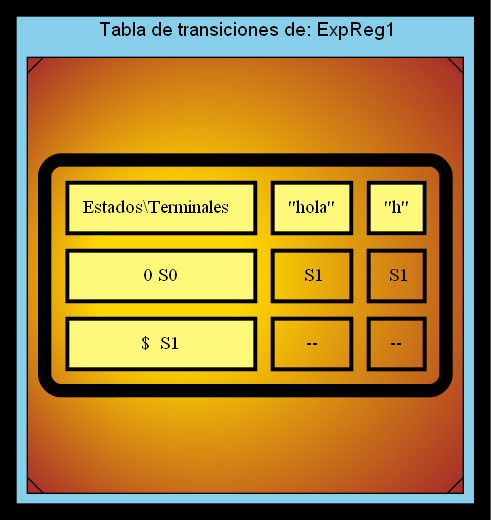
SergieArizandieta/OLC1-P1-202000119 keeps this Graphviz diagram as TRANSICIONES_202000119/TransicionesExpReg1.png. Above is the earlier version. Its source is kept beside it as TRANSICIONES_202000119/TransicionesExpReg1.dot.
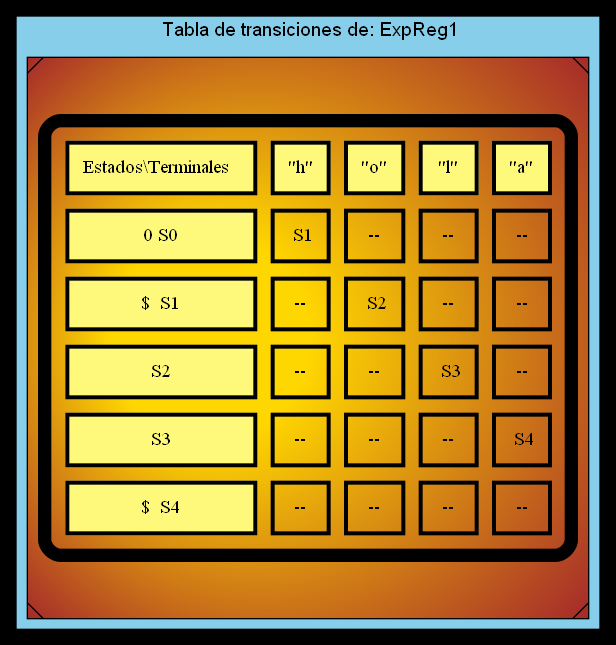
Later version of the same file.

What changed in the source:
```diff
@@ -8,16 +8,43 @@
   <TABLE border="10" cellspacing="10" cellpadding="10" style="rounded" gradientangle="315">
   <TR>
       <TD border="3" bgcolor="#FFF97B">Estados\Terminales  </TD>
-      <TD border="3" bgcolor="#FFF97B">"hola"</TD>
       <TD border="3" bgcolor="#FFF97B">"h"</TD>
+      <TD border="3" bgcolor="#FFF97B">"o"</TD>
+      <TD border="3" bgcolor="#FFF97B">"l"</TD>
+      <TD border="3" bgcolor="#FFF97B">"a"</TD>
   </TR>
   <TR>
       <TD border="3" bgcolor="#FFF97B">0 S0</TD>
       <TD border="3" > S1</TD>
-      <TD border="3" > S1</TD>
+      <TD border="3" > -- </TD>
+      <TD border="3" > -- </TD>
+      <TD border="3" > -- </TD>
   </TR>
   <TR>
       <TD border="3" bgcolor="#FFF97B">$  S1</TD>
+      <TD border="3" > -- </TD>
+      <TD border="3" > S2</TD>
+      <TD border="3" > -- </TD>
+      <TD border="3" > -- </TD>
+  </TR>
+  <TR>
+      <TD border="3" bgcolor="#FFF97B">S2</TD>
+      <TD border="3" > -- </TD>
+      <TD border="3" > -- </TD>
+      <TD border="3" > S3</TD>
+      <TD border="3" > -- </TD>
+  </TR>
+  <TR>
+      <TD border="3" bgcolor="#FFF97B">S3</TD>
+      <TD border="3" > -- </TD>
+      <TD border="3" > -- </TD>
+      <TD border="3" > -- </TD>
+      <TD border="3" > S4</TD>
+  </TR>
+  <TR>
+      <TD border="3" bgcolor="#FFF97B">$  S4</TD>
+      <TD border="3" > -- </TD>
+      <TD border="3" > -- </TD>
       <TD border="3" > -- </TD>
       <TD border="3" > -- </TD>
   </TR>
```
